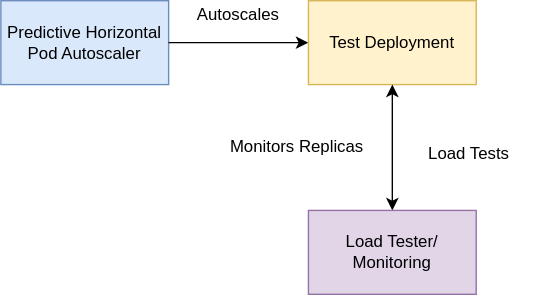
Earlier version of the draw.io export predictive-horizontal-pod-autoscaler/long/diagrams/PHPA_long_experiment_phpa_design.svg (jthomperoo/custom-pod-autoscaler-experiments). Source tidied: cells renumbered, new cells last; positions are measured from the earlier drawing's top-left corner, leaving out a move shared by most shapes. Source of this version:
```xml
<mxGraphModel>
  <root>
    <mxCell id="0" />
    <mxCell id="1" parent="0" />
    <mxCell id="2" value="Predictive Horizontal Pod Autoscaler" style="rounded=0;whiteSpace=wrap;html=1;fillColor=#dae8fc;strokeColor=#6c8ebf;" parent="1" vertex="1">
      <mxGeometry width="120" height="60" as="geometry" />
    </mxCell>
    <mxCell id="3" style="edgeStyle=orthogonalEdgeStyle;rounded=0;jettySize=auto;html=1;exitX=0;exitY=0.5;exitDx=0;exitDy=0;entryX=1;entryY=0.5;entryDx=0;entryDy=0;startArrow=classic;startFill=1;endArrow=none;endFill=0;" parent="1" edge="1" source="4" target="2">
      <mxGeometry relative="1" as="geometry" />
    </mxCell>
    <mxCell id="4" value="Test Deployment" style="rounded=0;whiteSpace=wrap;html=1;fillColor=#fff2cc;strokeColor=#d6b656;" parent="1" vertex="1">
      <mxGeometry x="220" width="120" height="60" as="geometry" />
    </mxCell>
    <mxCell id="5" style="edgeStyle=orthogonalEdgeStyle;rounded=0;jettySize=auto;html=1;exitX=0.5;exitY=0;exitDx=0;exitDy=0;entryX=0.5;entryY=1;entryDx=0;entryDy=0;startArrow=classic;startFill=1;" parent="1" edge="1" source="6" target="4">
      <mxGeometry relative="1" as="geometry" />
    </mxCell>
    <mxCell id="6" value="Load Tester/ Monitoring" style="rounded=0;whiteSpace=wrap;html=1;fillColor=#e1d5e7;strokeColor=#9673a6;" parent="1" vertex="1">
      <mxGeometry x="220" y="150" width="120" height="60" as="geometry" />
    </mxCell>
    <mxCell id="7" value="Monitors Replicas" style="text;html=1;strokeColor=none;fillColor=none;align=center;verticalAlign=middle;whiteSpace=wrap;rounded=0;" parent="1" vertex="1">
      <mxGeometry x="150" y="70" width="124" height="70" as="geometry" />
    </mxCell>
    <mxCell id="8" value="Load Tests" style="text;html=1;strokeColor=none;fillColor=none;align=center;verticalAlign=middle;whiteSpace=wrap;rounded=0;" parent="1" vertex="1">
      <mxGeometry x="290" y="85" width="90" height="50" as="geometry" />
    </mxCell>
    <mxCell id="9" value="Autoscales" style="text;html=1;strokeColor=none;fillColor=none;align=center;verticalAlign=middle;whiteSpace=wrap;rounded=0;" parent="1" vertex="1">
      <mxGeometry x="130" width="80" height="20" as="geometry" />
    </mxCell>
  </root>
</mxGraphModel>
```
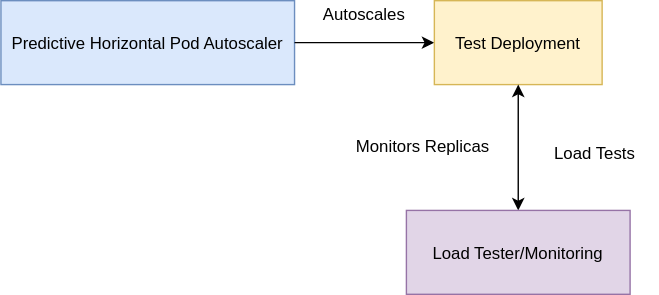
After the change.

What changed in the source:
```diff
@@ -2,20 +2,20 @@
   <root>
     <mxCell id="0" />
     <mxCell id="1" parent="0" />
-    <mxCell id="2" value="Predictive Horizontal Pod Autoscaler" style="rounded=0;whiteSpace=wrap;html=1;fillColor=#dae8fc;strokeColor=#6c8ebf;" parent="1" vertex="1">
-      <mxGeometry width="120" height="60" as="geometry" />
+    <mxCell id="2" value="Predictive Horizontal Pod Autoscaler" style="rounded=0;fillColor=#dae8fc;strokeColor=#6c8ebf;" parent="1" vertex="1">
+      <mxGeometry x="-90" width="210" height="60" as="geometry" />
     </mxCell>
     <mxCell id="3" style="edgeStyle=orthogonalEdgeStyle;rounded=0;jettySize=auto;html=1;exitX=0;exitY=0.5;exitDx=0;exitDy=0;entryX=1;entryY=0.5;entryDx=0;entryDy=0;startArrow=classic;startFill=1;endArrow=none;endFill=0;" parent="1" edge="1" source="4" target="2">
       <mxGeometry relative="1" as="geometry" />
     </mxCell>
-    <mxCell id="4" value="Test Deployment" style="rounded=0;whiteSpace=wrap;html=1;fillColor=#fff2cc;strokeColor=#d6b656;" parent="1" vertex="1">
+    <mxCell id="4" value="Test Deployment" style="rounded=0;fillColor=#fff2cc;strokeColor=#d6b656;" parent="1" vertex="1">
       <mxGeometry x="220" width="120" height="60" as="geometry" />
     </mxCell>
     <mxCell id="5" style="edgeStyle=orthogonalEdgeStyle;rounded=0;jettySize=auto;html=1;exitX=0.5;exitY=0;exitDx=0;exitDy=0;entryX=0.5;entryY=1;entryDx=0;entryDy=0;startArrow=classic;startFill=1;" parent="1" edge="1" source="6" target="4">
       <mxGeometry relative="1" as="geometry" />
     </mxCell>
-    <mxCell id="6" value="Load Tester/ Monitoring" style="rounded=0;whiteSpace=wrap;html=1;fillColor=#e1d5e7;strokeColor=#9673a6;" parent="1" vertex="1">
-      <mxGeometry x="220" y="150" width="120" height="60" as="geometry" />
+    <mxCell id="6" value="Load Tester/Monitoring" style="rounded=0;fillColor=#e1d5e7;strokeColor=#9673a6;" parent="1" vertex="1">
+      <mxGeometry x="200" y="150" width="160" height="60" as="geometry" />
     </mxCell>
     <mxCell id="7" value="Monitors Replicas" style="text;html=1;strokeColor=none;fillColor=none;align=center;verticalAlign=middle;whiteSpace=wrap;rounded=0;" parent="1" vertex="1">
       <mxGeometry x="150" y="70" width="124" height="70" as="geometry" />
```
